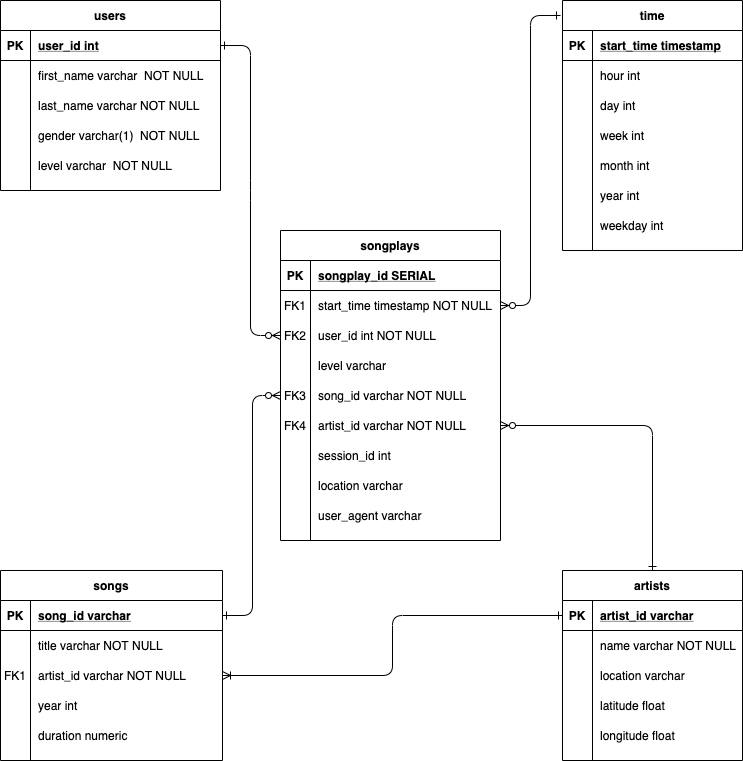
Above: DataModelingWithPostgres.png in euweb/DataModelingWithPostgres (draw.io), before the change. Source tidied: cells renumbered, new cells last; positions are measured from the earlier drawing's top-left corner, leaving out a move shared by most shapes.
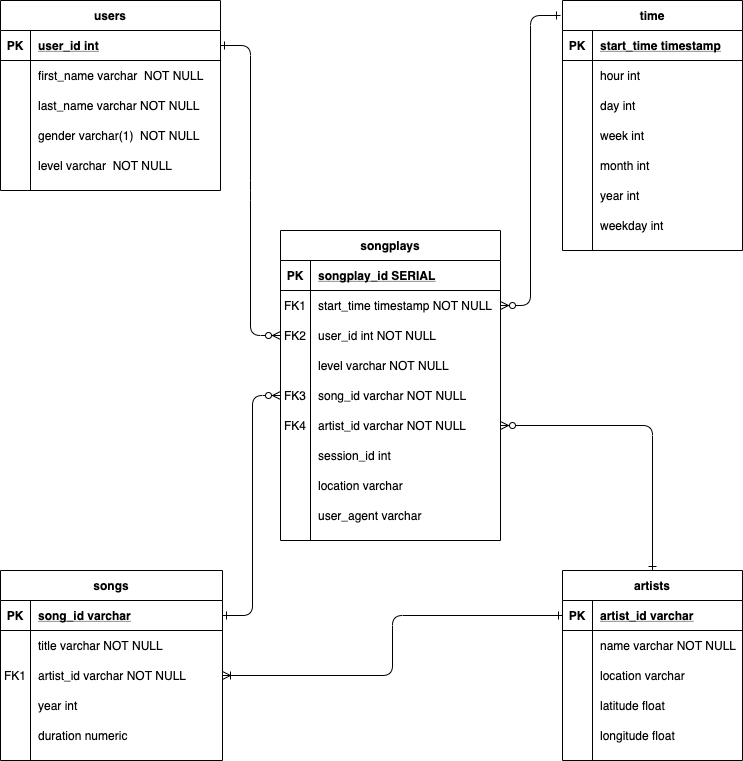
Later version of the same file.

Change to the diagram source:
```diff
@@ -38,7 +38,7 @@
     <mxCell id="13" style="shape=partialRectangle;fillColor=none;top=0;left=0;bottom=0;right=0;overflow=hidden;" parent="12" vertex="1">
       <mxGeometry width="30" height="30" as="geometry" />
     </mxCell>
-    <mxCell id="14" value="level varchar" style="shape=partialRectangle;fillColor=none;top=0;left=0;bottom=0;right=0;align=left;spacingLeft=6;overflow=hidden;" parent="12" vertex="1">
+    <mxCell id="14" value="level varchar NOT NULL" style="shape=partialRectangle;fillColor=none;top=0;left=0;bottom=0;right=0;align=left;spacingLeft=6;overflow=hidden;" parent="12" vertex="1">
       <mxGeometry x="30" width="190" height="30" as="geometry" />
     </mxCell>
     <mxCell id="15" style="shape=partialRectangle;fillColor=none;top=0;left=0;bottom=0;right=0;points=[[0,0.5],[1,0.5]];portConstraint=eastwest;" parent="2" vertex="1">
```
